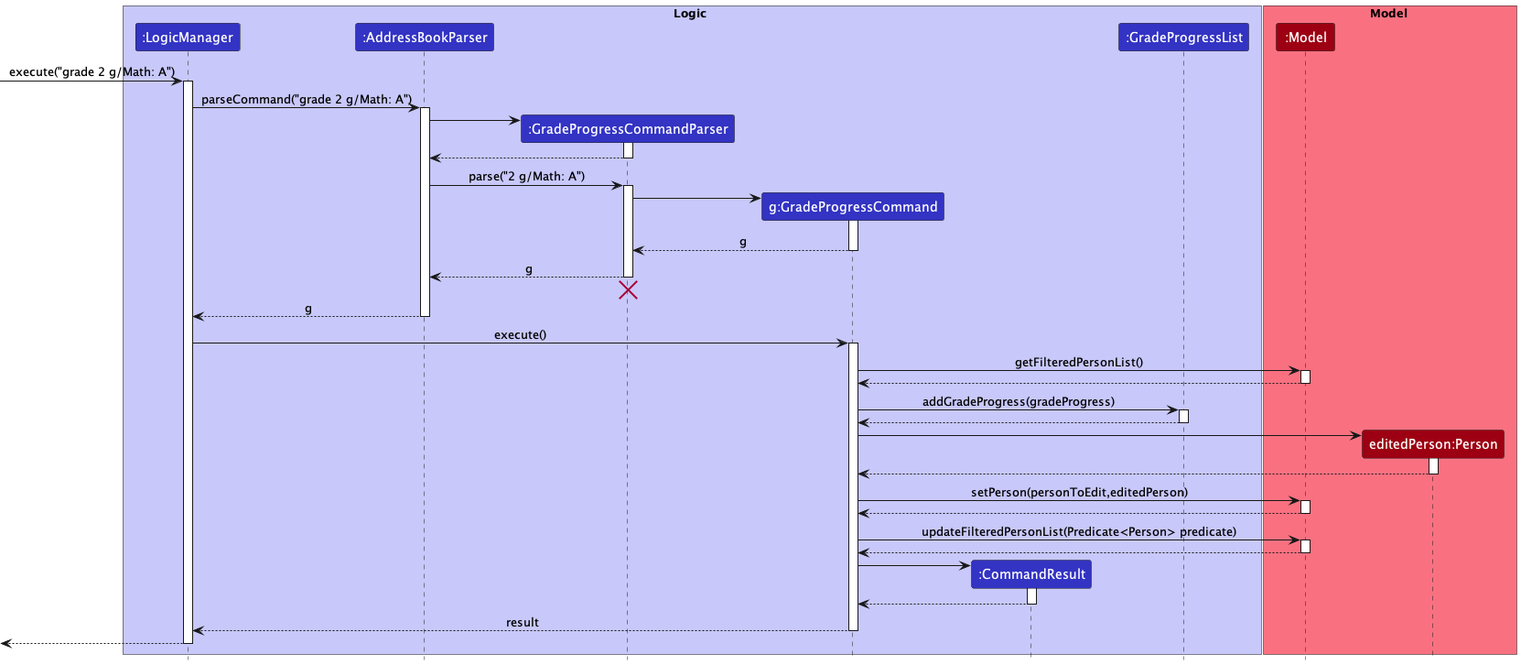
This is docs/images/GradeProgressSequenceDiagram.png from nus-cs2103-AY2223S1/tp, a PlantUML export, as it was before one commit.
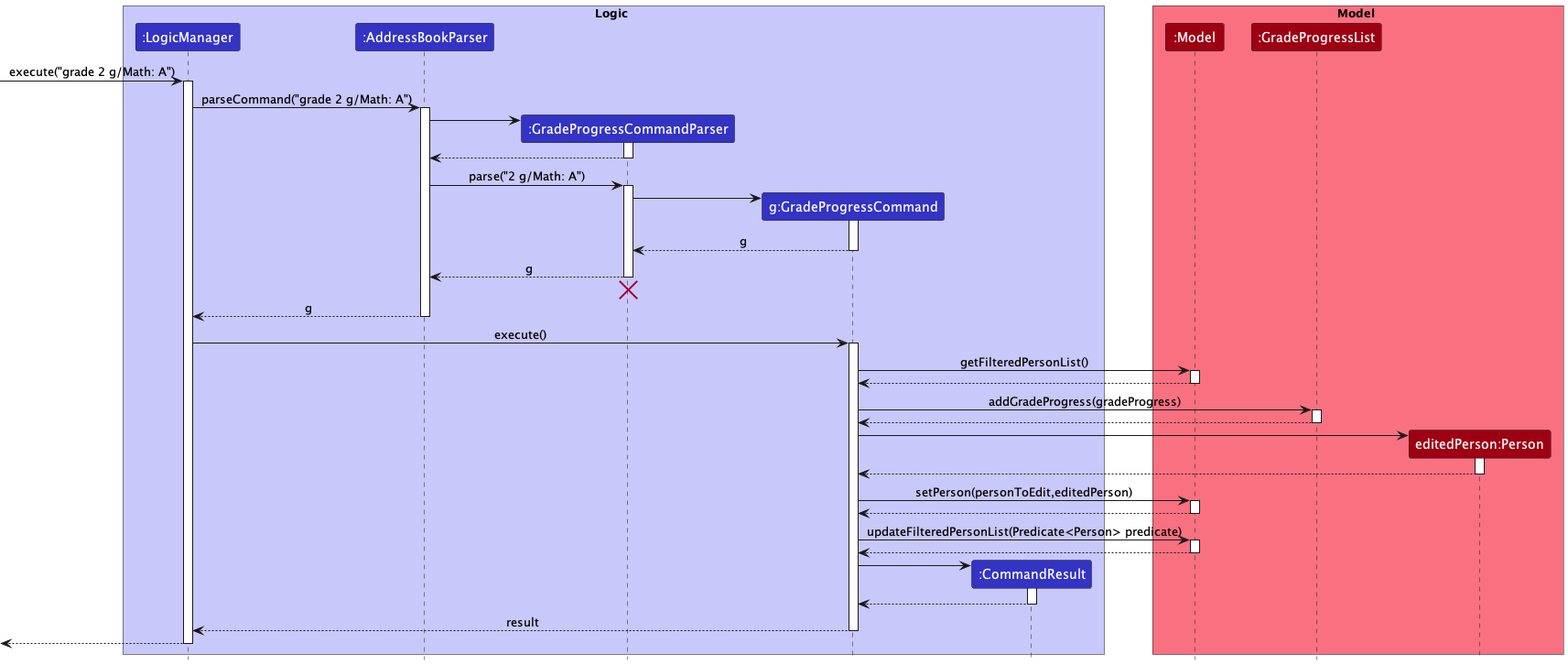
After the commit.

The edit, as a diff of the source:
```diff
@@ -7,11 +7,11 @@
 participant ":GradeProgressCommandParser" as GradeProgressCommandParser LOGIC_COLOR
 participant "g:GradeProgressCommand" as GradeProgressCommand LOGIC_COLOR
 participant ":CommandResult" as CommandResult LOGIC_COLOR
-participant ":GradeProgressList" as GradeProgressList LOGIC_COLOR
 end box
 
 box Model MODEL_COLOR_T1
 participant ":Model" as Model MODEL_COLOR
+participant ":GradeProgressList" as GradeProgressList MODEL_COLOR
 participant "editedPerson:Person" as Person MODEL_COLOR
 end box
 
```
